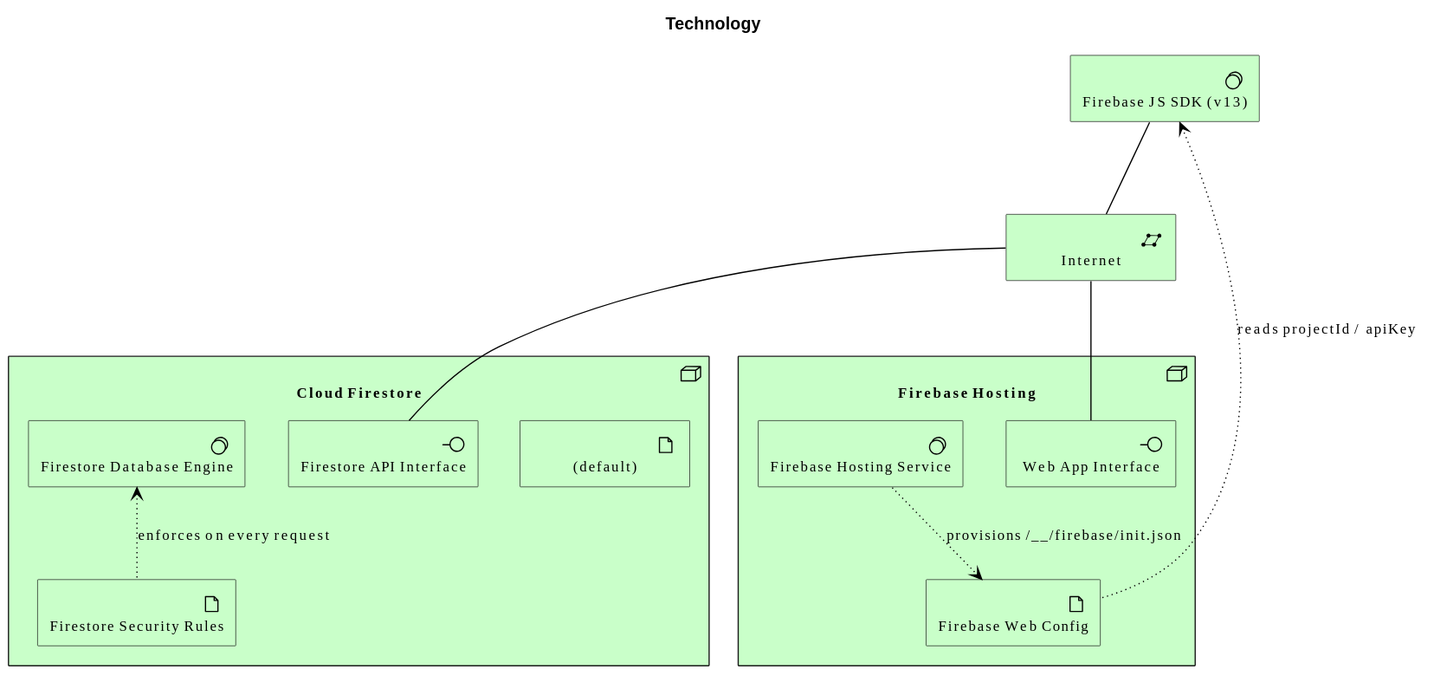
Above: diagrams/technology/overview.svg in wolffy-au/frictionless-sample-gcp (PlantUML), before the change.
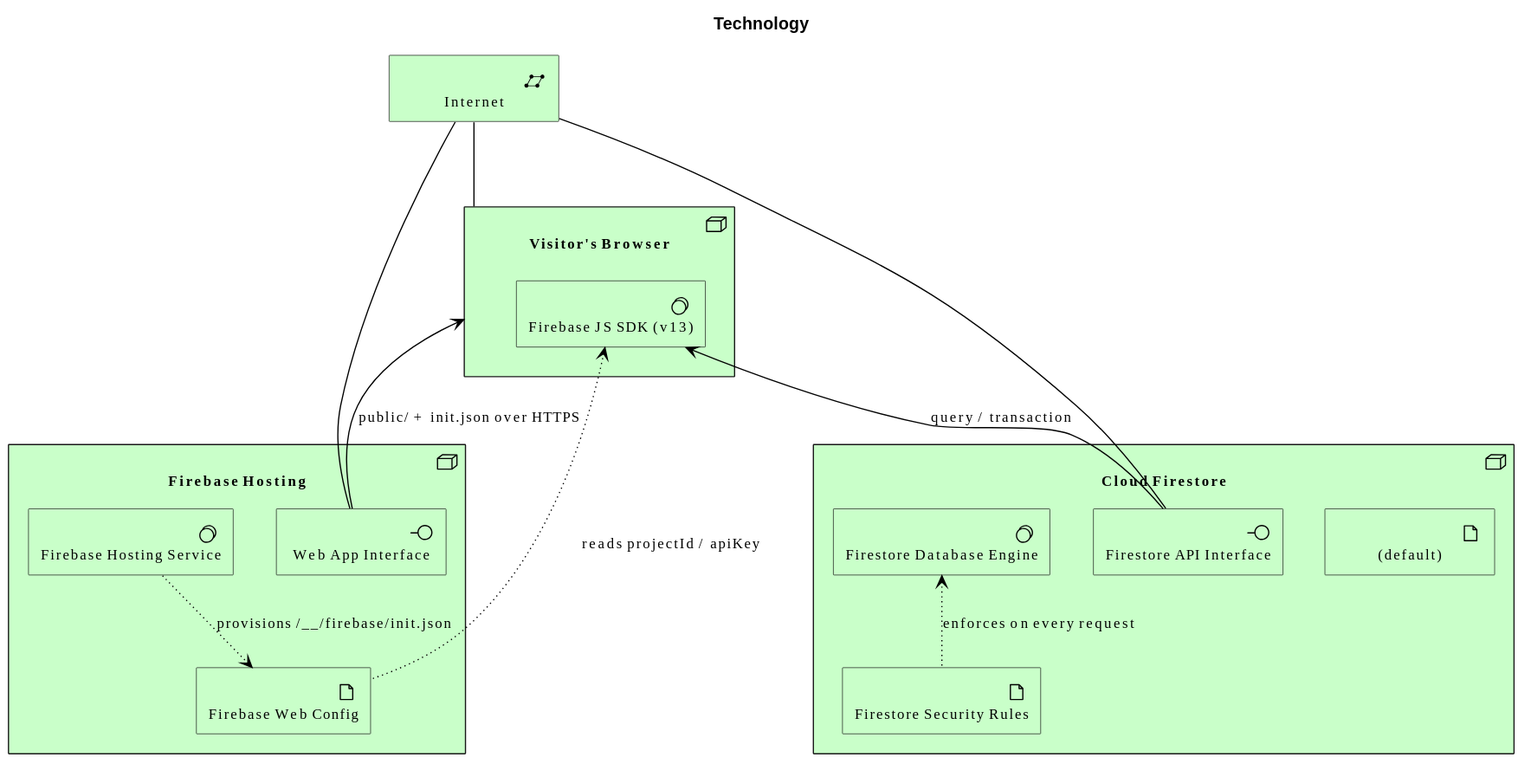
The same file after the commit.

Commit message:
feat(architecture): model the Visitor's Browser as a Node running the SDK

What changed in the source:
```diff
@@ -14,13 +14,17 @@
   Technology_Interface(e_id26e5c2fbfcd056, "Firestore API Interface")
   Technology_SystemSoftware(e_id02ca65d6e67351, "Firestore Database Engine")
 }
+Technology_Node(e_id9f19149e10f45e, "Visitor's Browser") {
+  Technology_SystemSoftware(e_id7844884d61f95e, "Firebase JS SDK (v13)")
+}
 Technology_CommunicationNetwork(e_id454e7b903b8357, "Internet")
-Technology_SystemSoftware(e_id7844884d61f95e, "Firebase JS SDK (v13)")
 
 Rel_Association(e_id454e7b903b8357, e_id33cc192ee35e5b, "")
 Rel_Association(e_id454e7b903b8357, e_id26e5c2fbfcd056, "")
 Rel_Access_w(e_id9871766290fc58, e_id114715e81c7e5c, "provisions /__/firebase/init.json")
 Rel_Access_r(e_id02ca65d6e67351, e_idb243cba23e0356, "enforces on every request")
-Rel_Association(e_id7844884d61f95e, e_id454e7b903b8357, "")
+Rel_Association(e_id454e7b903b8357, e_id9f19149e10f45e, "")
+Rel_Serving_Up(e_id33cc192ee35e5b, e_id9f19149e10f45e, "public/ + init.json over HTTPS")
+Rel_Serving_Up(e_id26e5c2fbfcd056, e_id7844884d61f95e, "query / transaction")
 Rel_Access_r(e_id7844884d61f95e, e_id114715e81c7e5c, "reads projectId / apiKey")
 @enduml
```
